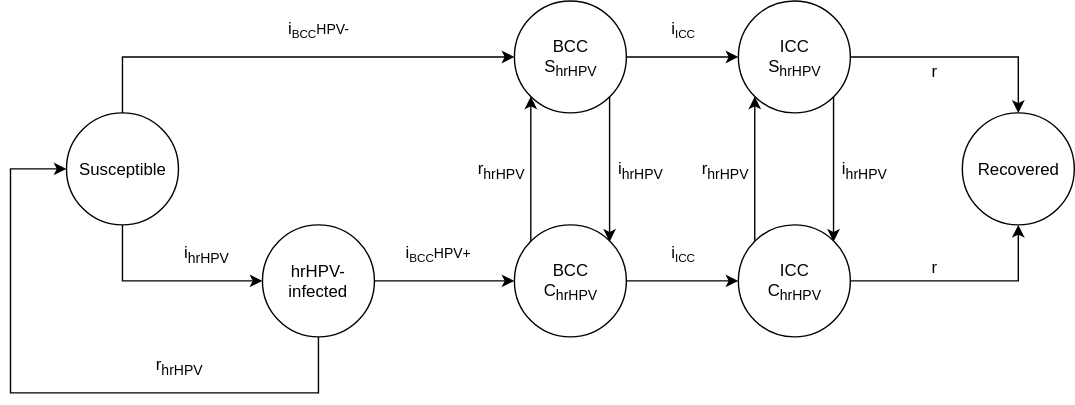
Above: docs/source/gbd2017_models/causes/neoplasms/cervical_cancer/cervical_cancer_cause_model_diagram.svg in ihmeuw/vivarium_research (draw.io), before the change. Source tidied: cells renumbered, new cells last; positions are measured from the earlier drawing's top-left corner, leaving out a move shared by most shapes.
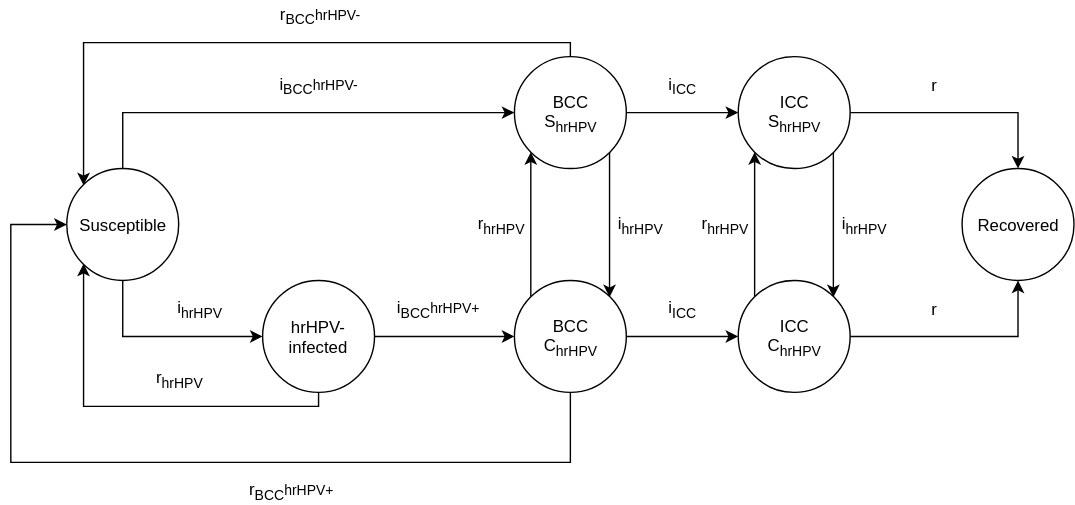
Above is the later version.

Commit message:
add regression of benign cervical cancer

Change to the diagram source:
```diff
@@ -31,6 +31,14 @@
     <mxCell id="9" style="edgeStyle=orthogonalEdgeStyle;rounded=0;jettySize=auto;html=1;exitX=1;exitY=1;exitDx=0;exitDy=0;entryX=1;entryY=0;entryDx=0;entryDy=0;" parent="1" edge="1" source="10" target="4">
       <mxGeometry relative="1" as="geometry" />
     </mxCell>
+    <mxCell id="39" style="edgeStyle=orthogonalEdgeStyle;rounded=0;jettySize=auto;html=1;exitX=0.5;exitY=0;exitDx=0;exitDy=0;entryX=0;entryY=0;entryDx=0;entryDy=0;" parent="1" edge="1" source="10" target="7">
+      <mxGeometry relative="1" as="geometry">
+        <Array as="points">
+          <mxPoint x="400" y="-10" />
+          <mxPoint x="52" y="-10" />
+        </Array>
+      </mxGeometry>
+    </mxCell>
     <mxCell id="10" style="ellipse;whiteSpace=wrap;html=1;" parent="1" vertex="1">
       <mxGeometry x="360" width="80" height="80" as="geometry" />
     </mxCell>
@@ -49,44 +57,49 @@
     <mxCell id="15" value="BCC C&lt;sub&gt;hrHPV&lt;/sub&gt;" style="text;html=1;strokeColor=none;fillColor=none;align=center;verticalAlign=middle;whiteSpace=wrap;rounded=0;" parent="1" vertex="1">
       <mxGeometry x="380" y="190" width="40" height="20" as="geometry" />
     </mxCell>
-    <mxCell id="16" value="i&lt;span style=&quot;font-size: 10px&quot;&gt;&lt;sub&gt;BCC&lt;/sub&gt;HPV+&lt;/span&gt;" style="text;html=1;strokeColor=none;fillColor=none;align=center;verticalAlign=middle;whiteSpace=wrap;rounded=0;" parent="1" vertex="1">
-      <mxGeometry x="285" y="170" width="40" height="20" as="geometry" />
-    </mxCell>
-    <mxCell id="17" value="i&lt;span style=&quot;font-size: 10px&quot;&gt;&lt;sub&gt;ICC&lt;/sub&gt;&lt;/span&gt;" style="text;html=1;strokeColor=none;fillColor=none;align=center;verticalAlign=middle;whiteSpace=wrap;rounded=0;" parent="1" vertex="1">
+    <mxCell id="17" value="i&lt;sub&gt;&lt;font style=&quot;font-size: 10px&quot;&gt;ICC&lt;/font&gt;&lt;/sub&gt;" style="text;html=1;strokeColor=none;fillColor=none;align=center;verticalAlign=middle;whiteSpace=wrap;rounded=0;" parent="1" vertex="1">
       <mxGeometry x="460" y="10" width="40" height="20" as="geometry" />
     </mxCell>
     <mxCell id="18" value="&lt;span style=&quot;white-space: normal&quot;&gt;Recovered&lt;/span&gt;" style="ellipse;whiteSpace=wrap;html=1;" parent="1" vertex="1">
       <mxGeometry x="680" y="80" width="80" height="80" as="geometry" />
     </mxCell>
     <mxCell id="19" value="r" style="text;html=1;strokeColor=none;fillColor=none;align=center;verticalAlign=middle;whiteSpace=wrap;rounded=0;" parent="1" vertex="1">
-      <mxGeometry x="640" y="40" width="40" height="20" as="geometry" />
+      <mxGeometry x="640" y="10" width="40" height="20" as="geometry" />
     </mxCell>
     <mxCell id="20" style="edgeStyle=none;rounded=0;jettySize=auto;html=1;exitX=1;exitY=0.5;exitDx=0;exitDy=0;entryX=0;entryY=0.5;entryDx=0;entryDy=0;" parent="1" edge="1" source="22" target="4">
       <mxGeometry relative="1" as="geometry" />
     </mxCell>
-    <mxCell id="21" style="edgeStyle=orthogonalEdgeStyle;rounded=0;jettySize=auto;html=1;exitX=0.5;exitY=1;exitDx=0;exitDy=0;entryX=0;entryY=0.5;entryDx=0;entryDy=0;" parent="1" edge="1" source="22" target="7">
+    <mxCell id="21" style="edgeStyle=orthogonalEdgeStyle;rounded=0;jettySize=auto;html=1;exitX=0.5;exitY=1;exitDx=0;exitDy=0;entryX=0;entryY=0.5;entryDx=0;entryDy=0;" parent="1" edge="1" source="4" target="7">
       <mxGeometry relative="1" as="geometry">
         <Array as="points">
-          <mxPoint x="220" y="280" />
-          <mxPoint y="280" />
+          <mxPoint x="400" y="290" />
+          <mxPoint y="290" />
           <mxPoint y="120" />
         </Array>
       </mxGeometry>
     </mxCell>
+    <mxCell id="40" style="edgeStyle=orthogonalEdgeStyle;rounded=0;jettySize=auto;html=1;exitX=0.5;exitY=1;exitDx=0;exitDy=0;entryX=0;entryY=1;entryDx=0;entryDy=0;" parent="1" edge="1" source="22" target="7">
+      <mxGeometry relative="1" as="geometry">
+        <Array as="points">
+          <mxPoint x="220" y="250" />
+          <mxPoint x="52" y="250" />
+        </Array>
+      </mxGeometry>
+    </mxCell>
     <mxCell id="22" style="ellipse;whiteSpace=wrap;html=1;" parent="1" vertex="1">
       <mxGeometry x="180" y="160" width="80" height="80" as="geometry" />
     </mxCell>
     <mxCell id="23" value="hrHPV-infected" style="text;html=1;strokeColor=none;fillColor=none;align=center;verticalAlign=middle;whiteSpace=wrap;rounded=0;" parent="1" vertex="1">
       <mxGeometry x="190" y="190" width="60" height="20" as="geometry" />
     </mxCell>
-    <mxCell id="24" value="i&lt;span style=&quot;font-size: 10px&quot;&gt;&lt;sub&gt;BCC&lt;/sub&gt;HPV-&lt;/span&gt;" style="text;html=1;strokeColor=none;fillColor=none;align=center;verticalAlign=middle;whiteSpace=wrap;rounded=0;" parent="1" vertex="1">
+    <mxCell id="24" value="&lt;font&gt;&lt;font style=&quot;font-size: 12px&quot;&gt;i&lt;/font&gt;&lt;font&gt;&lt;sub&gt;&lt;font style=&quot;font-size: 10px&quot;&gt;BCC&lt;/font&gt;&lt;/sub&gt;&lt;span style=&quot;font-size: 10px&quot;&gt;hrHPV-&lt;/span&gt;&lt;/font&gt;&lt;/font&gt;" style="text;html=1;strokeColor=none;fillColor=none;align=center;verticalAlign=middle;whiteSpace=wrap;rounded=0;" parent="1" vertex="1">
       <mxGeometry x="200" y="10" width="40" height="20" as="geometry" />
     </mxCell>
     <mxCell id="25" value="i&lt;sub&gt;hrHPV&lt;/sub&gt;" style="text;html=1;strokeColor=none;fillColor=none;align=center;verticalAlign=middle;whiteSpace=wrap;rounded=0;" parent="1" vertex="1">
-      <mxGeometry x="120" y="170" width="40" height="20" as="geometry" />
+      <mxGeometry x="115" y="170" width="40" height="20" as="geometry" />
     </mxCell>
     <mxCell id="26" value="&lt;span style=&quot;font-size: 12px&quot;&gt;r&lt;/span&gt;&lt;sub&gt;hrHPV&lt;/sub&gt;" style="text;html=1;strokeColor=none;fillColor=none;align=center;verticalAlign=middle;whiteSpace=wrap;rounded=0;" parent="1" vertex="1">
-      <mxGeometry x="100" y="250" width="40" height="20" as="geometry" />
+      <mxGeometry x="100" y="220" width="40" height="20" as="geometry" />
     </mxCell>
     <mxCell id="27" style="edgeStyle=none;rounded=0;jettySize=auto;html=1;exitX=0;exitY=0;exitDx=0;exitDy=0;entryX=0;entryY=1;entryDx=0;entryDy=0;" parent="1" edge="1" source="29" target="13">
       <mxGeometry relative="1" as="geometry" />
@@ -107,9 +120,9 @@
       <mxGeometry x="540" y="190" width="40" height="20" as="geometry" />
     </mxCell>
     <mxCell id="33" value="r" style="text;html=1;strokeColor=none;fillColor=none;align=center;verticalAlign=middle;whiteSpace=wrap;rounded=0;" parent="1" vertex="1">
-      <mxGeometry x="640" y="180" width="40" height="20" as="geometry" />
+      <mxGeometry x="640" y="170" width="40" height="20" as="geometry" />
     </mxCell>
-    <mxCell id="34" value="i&lt;span style=&quot;font-size: 10px&quot;&gt;&lt;sub&gt;ICC&lt;/sub&gt;&lt;/span&gt;" style="text;html=1;strokeColor=none;fillColor=none;align=center;verticalAlign=middle;whiteSpace=wrap;rounded=0;" parent="1" vertex="1">
+    <mxCell id="34" value="i&lt;sub&gt;&lt;font style=&quot;font-size: 10px&quot;&gt;ICC&lt;/font&gt;&lt;/sub&gt;" style="text;html=1;strokeColor=none;fillColor=none;align=center;verticalAlign=middle;whiteSpace=wrap;rounded=0;" parent="1" vertex="1">
       <mxGeometry x="460" y="170" width="40" height="20" as="geometry" />
     </mxCell>
     <mxCell id="35" value="i&lt;sub&gt;hrHPV&lt;/sub&gt;" style="text;html=1;strokeColor=none;fillColor=none;align=center;verticalAlign=middle;whiteSpace=wrap;rounded=0;" parent="1" vertex="1">
@@ -124,5 +137,14 @@
     <mxCell id="38" value="i&lt;sub&gt;hrHPV&lt;/sub&gt;" style="text;html=1;strokeColor=none;fillColor=none;align=center;verticalAlign=middle;whiteSpace=wrap;rounded=0;" parent="1" vertex="1">
       <mxGeometry x="590" y="110" width="40" height="20" as="geometry" />
     </mxCell>
+    <mxCell id="41" value="r&lt;sub&gt;BCC&lt;/sub&gt;&lt;font style=&quot;font-size: 10px&quot;&gt;hrHPV-&lt;/font&gt;" style="text;html=1;strokeColor=none;fillColor=none;align=center;verticalAlign=middle;whiteSpace=wrap;rounded=0;" parent="1" vertex="1">
+      <mxGeometry x="200" y="-40" width="40" height="20" as="geometry" />
+    </mxCell>
+    <mxCell id="42" value="r&lt;sub&gt;BCC&lt;/sub&gt;&lt;font style=&quot;font-size: 10px&quot;&gt;hrHPV+&lt;/font&gt;" style="text;html=1;strokeColor=none;fillColor=none;align=center;verticalAlign=middle;whiteSpace=wrap;rounded=0;" parent="1" vertex="1">
+      <mxGeometry x="180" y="300" width="40" height="20" as="geometry" />
+    </mxCell>
+    <mxCell id="43" value="&lt;font&gt;&lt;font style=&quot;font-size: 12px&quot;&gt;i&lt;/font&gt;&lt;font&gt;&lt;sub&gt;&lt;font style=&quot;font-size: 10px&quot;&gt;BCC&lt;/font&gt;&lt;/sub&gt;&lt;span style=&quot;font-size: 10px&quot;&gt;hrHPV+&lt;/span&gt;&lt;/font&gt;&lt;/font&gt;" style="text;html=1;strokeColor=none;fillColor=none;align=center;verticalAlign=middle;whiteSpace=wrap;rounded=0;" parent="1" vertex="1">
+      <mxGeometry x="285" y="170" width="40" height="20" as="geometry" />
+    </mxCell>
   </root>
 </mxGraphModel>
```
